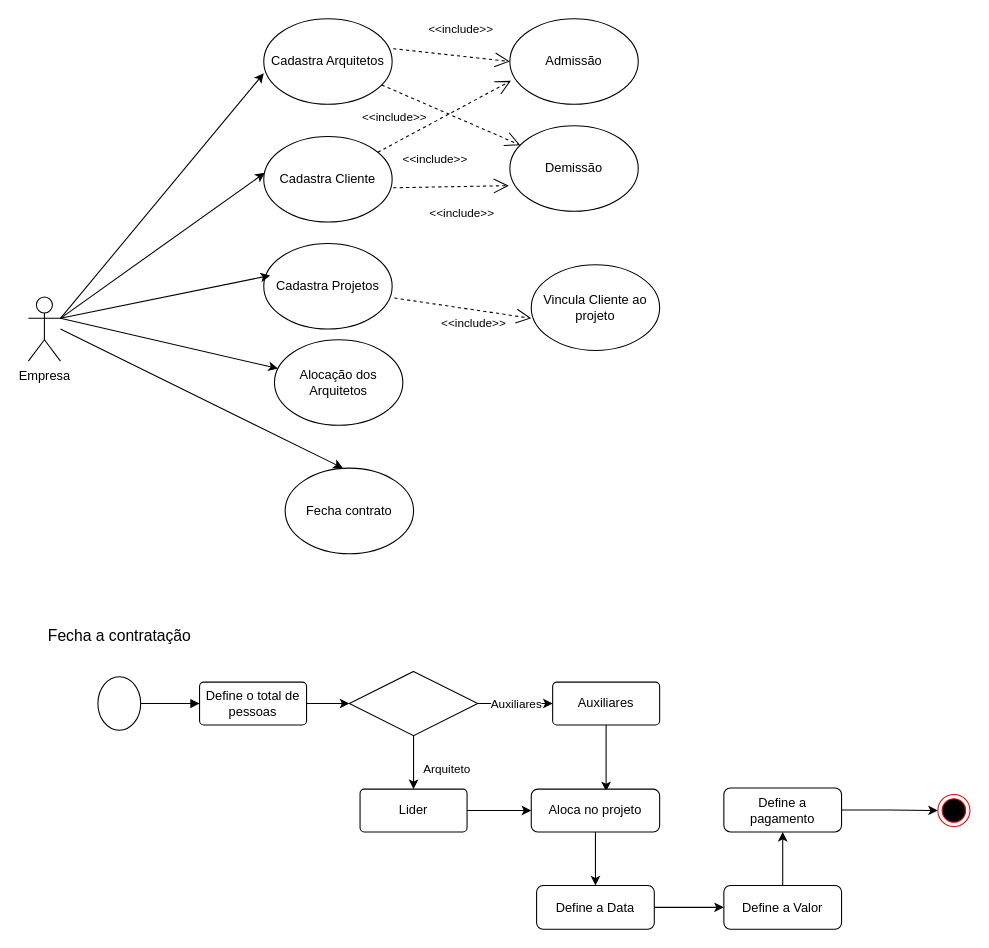
EdneiFNeto/UML keeps this draw.io diagram as Untitled Diagram.drawio. Above is the earlier version. Source tidied: cells renumbered, new cells numbered last; positions are measured from the earlier drawing's top-left corner, leaving out a move shared by most shapes. Both pictures are drawn from the tidied source at 107%, with x=0, y=0 at pixel (28, 18).
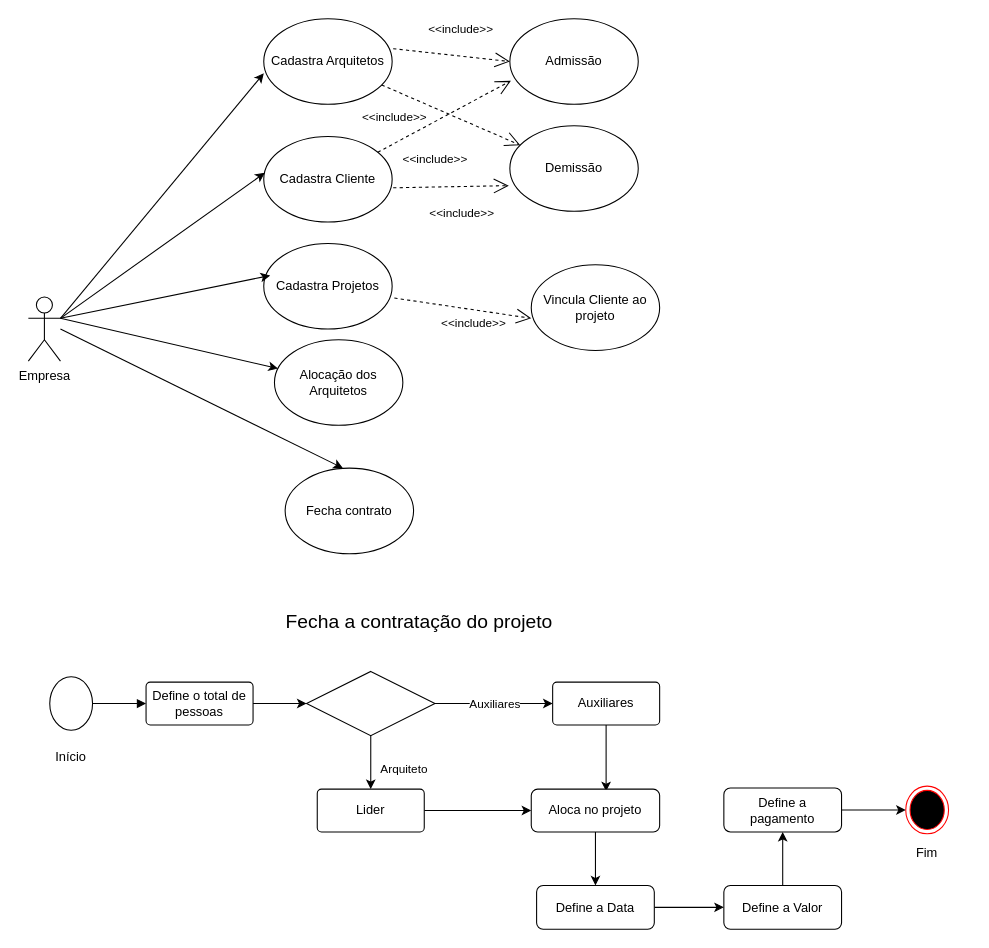
Above is the later version.

Commit message:
Fechamento contratação pj

Change to the diagram source:
```diff
@@
     <mxCell id="21" style="shape=mxgraph.bpmn.shape;html=1;verticalLabelPosition=bottom;labelBackgroundColor=#ffffff;verticalAlign=top;align=center;perimeter=ellipsePerimeter;outlineConnect=0;outline=standard;symbol=general;" parent="1" vertex="1">
-      <mxGeometry x="65" y="615" width="40" height="50" as="geometry" />
+      <mxGeometry x="20" y="615" width="40" height="50" as="geometry" />
     </mxCell>
-    <mxCell id="22" value="&lt;p align=&quot;justify&quot; style=&quot;margin-bottom: 0cm ; direction: ltr ; line-height: 1px ; text-align: left ; background: transparent ; font-size: medium&quot;&gt;&lt;font color=&quot;#000000&quot;&gt;&lt;font face=&quot;Arial, serif&quot;&gt;&lt;font style=&quot;font-size: 12pt&quot;&gt;&lt;font color=&quot;#000000&quot;&gt;&lt;font style=&quot;font-size: 11pt&quot;&gt;Fecha a contratação&lt;/font&gt;&lt;/font&gt;&lt;/font&gt;&lt;/font&gt;&lt;/font&gt;&lt;/p&gt;" style="text;html=1;align=center;verticalAlign=middle;" parent="1" vertex="1">
-      <mxGeometry x="10" y="560" width="150" height="20" as="geometry" />
+    <mxCell id="22" value="&lt;p align=&quot;justify&quot; style=&quot;margin-bottom: 0cm ; direction: ltr ; line-height: 1px ; text-align: left ; background: transparent&quot;&gt;&lt;font color=&quot;#000000&quot;&gt;&lt;font face=&quot;Arial, serif&quot;&gt;&lt;font&gt;&lt;font color=&quot;#000000&quot;&gt;&lt;font style=&quot;font-size: 18px&quot;&gt;Fecha a contratação do projeto&lt;/font&gt;&lt;/font&gt;&lt;/font&gt;&lt;/font&gt;&lt;/font&gt;&lt;/p&gt;" style="text;html=1;align=center;verticalAlign=middle;" parent="1" vertex="1">
+      <mxGeometry x="235" y="550" width="260" height="20" as="geometry" />
     </mxCell>
@@
     <mxCell id="24" style="shape=rhombus;perimeter=rhombusPerimeter;whiteSpace=wrap;html=1;align=center;" parent="1" vertex="1">
-      <mxGeometry x="300" y="610" width="120" height="60" as="geometry" />
+      <mxGeometry x="260" y="610" width="120" height="60" as="geometry" />
     </mxCell>
     <mxCell id="25" value="Define o total de pessoas" style="rounded=1;arcSize=10;whiteSpace=wrap;html=1;align=center;" parent="1" vertex="1">
-      <mxGeometry x="160" y="620" width="100" height="40" as="geometry" />
+      <mxGeometry x="110" y="620" width="100" height="40" as="geometry" />
     </mxCell>
@@
     <mxCell id="34" value="Lider" style="rounded=1;arcSize=10;whiteSpace=wrap;html=1;align=center;" parent="1" vertex="1">
-      <mxGeometry x="310" y="720" width="100" height="40" as="geometry" />
+      <mxGeometry x="270" y="720" width="100" height="40" as="geometry" />
     </mxCell>
@@
     <mxCell id="43" style="ellipse;html=1;shape=endState;fillColor=#000000;strokeColor=#ff0000;" parent="1" vertex="1">
-      <mxGeometry x="850" y="725" width="30" height="30" as="geometry" />
+      <mxGeometry x="820" y="717.2" width="40" height="44.5" as="geometry" />
     </mxCell>
+    <mxCell id="44" value="Início" style="text;html=1;strokeColor=none;fillColor=none;align=center;verticalAlign=middle;whiteSpace=wrap;rounded=0;" parent="1" vertex="1">
+      <mxGeometry x="20" y="680" width="40" height="20" as="geometry" />
+    </mxCell>
+    <mxCell id="45" value="Fim" style="text;html=1;strokeColor=none;fillColor=none;align=center;verticalAlign=middle;whiteSpace=wrap;rounded=0;" parent="1" vertex="1">
+      <mxGeometry x="820" y="770" width="40" height="20" as="geometry" />
+    </mxCell>
```
